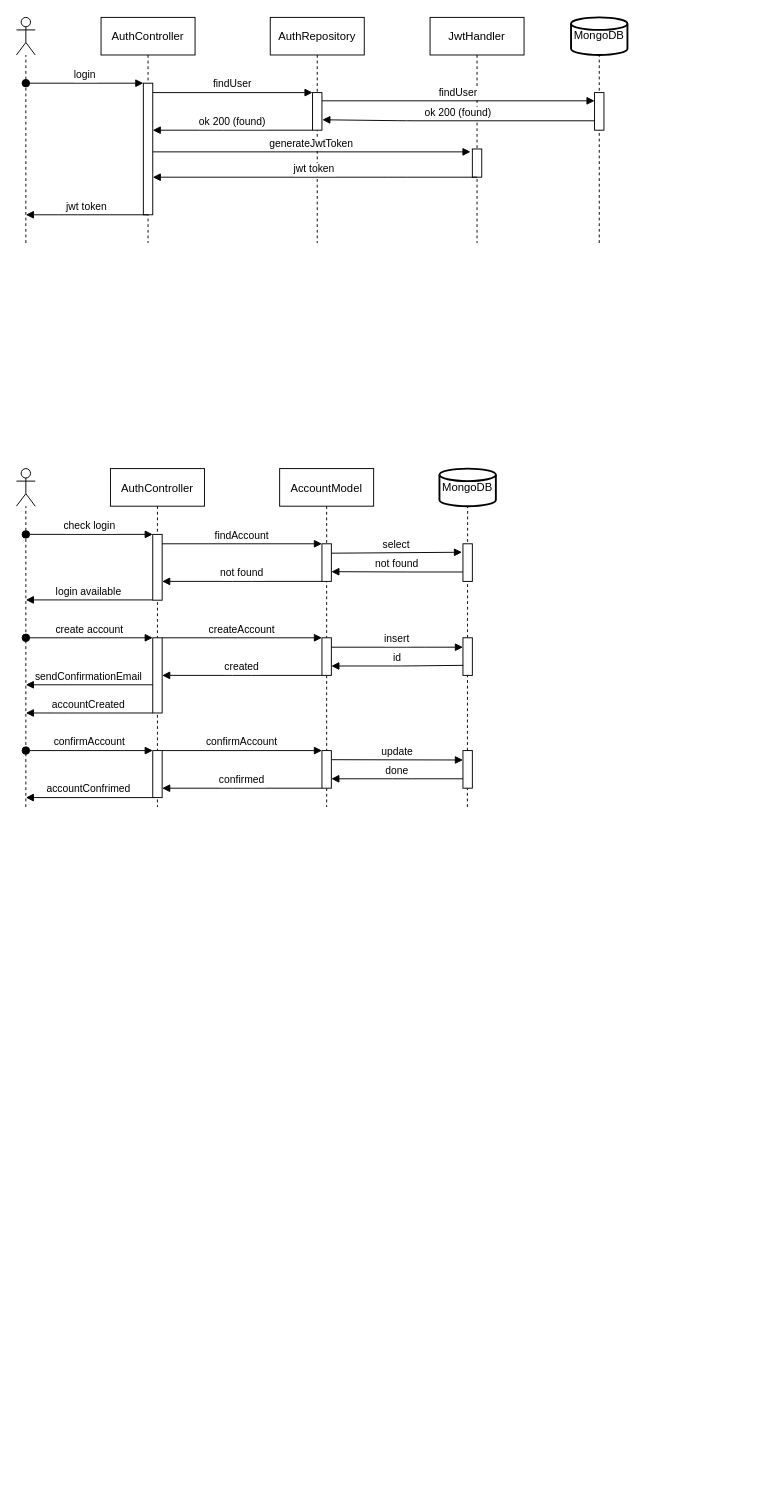
Above: diagrams/auth.drawio in shardoc/shardoc.github.io (draw.io), before the change. Source tidied: cells renumbered, new cells numbered last; positions are measured from the earlier drawing's top-left corner, leaving out a move shared by most shapes. Both pictures are drawn from the tidied source at 94%, with x=0, y=0 at pixel (16, 17).
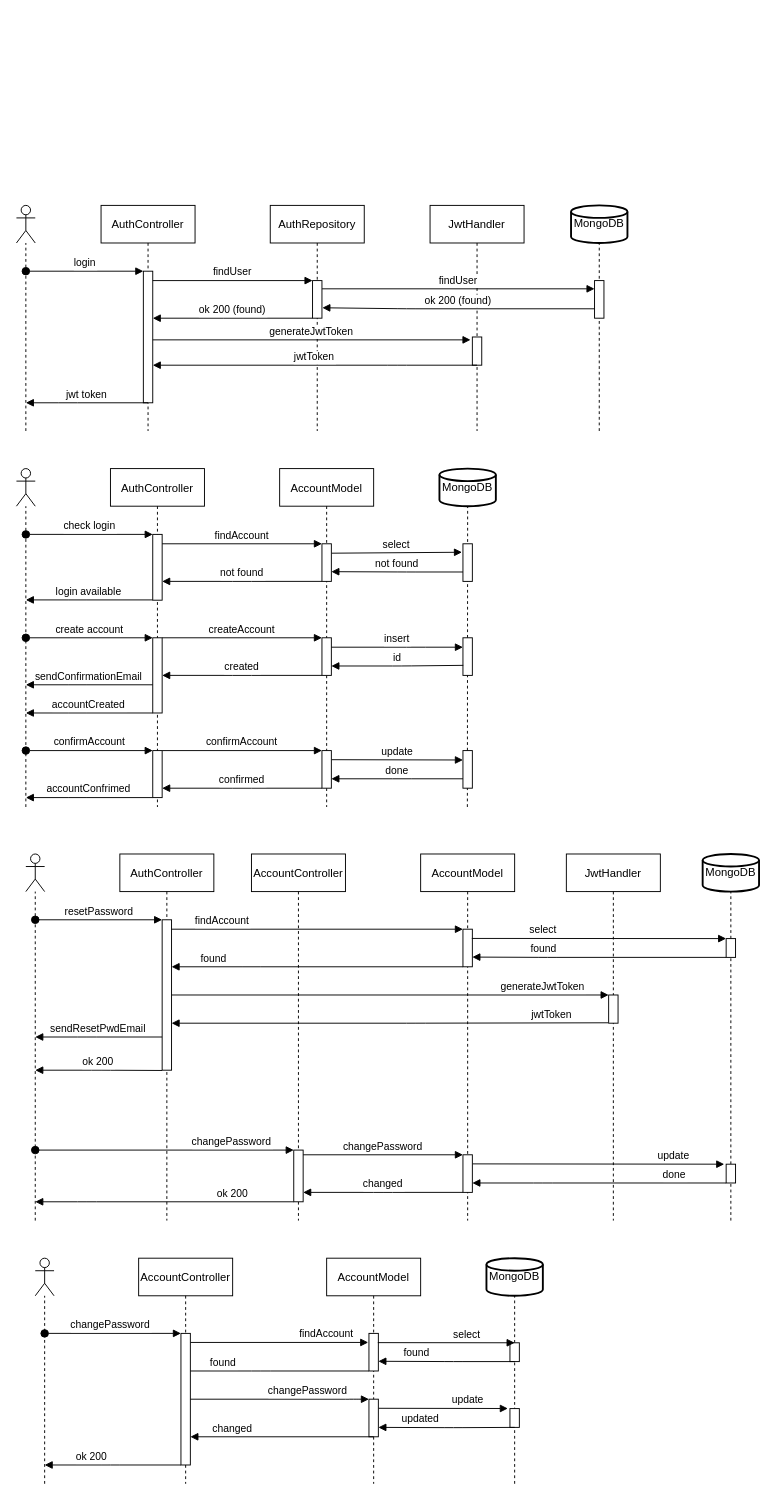
Above is the later version.

The change refers to these unchanged cells:
```xml
<mxCell id="3" style="points=[];perimeter=orthogonalPerimeter;rounded=0;shadow=0;strokeWidth=1;" parent="2" vertex="1">
  <mxGeometry x="45" y="70" width="10" height="140" as="geometry" />
</mxCell>
<mxCell id="6" style="points=[];perimeter=orthogonalPerimeter;rounded=0;shadow=0;strokeWidth=1;" parent="5" vertex="1">
  <mxGeometry x="45" y="80" width="10" height="40" as="geometry" />
</mxCell>
```

Diff of the diagram source:
```diff
@@
     <mxCell id="2" value="AuthController" style="shape=umlLifeline;perimeter=lifelinePerimeter;rounded=0;shadow=0;strokeWidth=1;" parent="1" vertex="1">
-      <mxGeometry x="90" width="100" height="240" as="geometry" />
+      <mxGeometry x="90" y="200" width="100" height="240" as="geometry" />
     </mxCell>
@@
     <mxCell id="5" value="AuthRepository" style="shape=umlLifeline;perimeter=lifelinePerimeter;rounded=0;shadow=0;strokeWidth=1;" parent="1" vertex="1">
-      <mxGeometry x="270" width="100" height="240" as="geometry" />
+      <mxGeometry x="270" y="200" width="100" height="240" as="geometry" />
     </mxCell>
@@
     <mxCell id="8" value="ok 200 (found)" style="verticalAlign=bottom;endArrow=block;shadow=0;strokeWidth=1;" parent="1" edge="1" source="6" target="3">
       <mxGeometry relative="1" as="geometry">
         <Array as="points">
-          <mxPoint x="230" y="120" />
+          <mxPoint x="230" y="320" />
         </Array>
       </mxGeometry>
     </mxCell>
     <mxCell id="9" style="shape=umlActor;verticalLabelPosition=bottom;verticalAlign=top;html=1;outlineConnect=0;" parent="1" vertex="1">
-      <mxGeometry width="20" height="40" as="geometry" />
+      <mxGeometry y="200" width="20" height="40" as="geometry" />
     </mxCell>
     <mxCell id="10" style="endArrow=none;dashed=1;html=1;" parent="1" edge="1" target="9">
       <mxGeometry relative="1" as="geometry">
-        <mxPoint x="10" y="240" as="sourcePoint" />
+        <mxPoint x="10" y="440" as="sourcePoint" />
       </mxGeometry>
     </mxCell>
     <mxCell id="11" value="JwtHandler" style="shape=umlLifeline;perimeter=lifelinePerimeter;rounded=0;shadow=0;strokeWidth=1;" parent="1" vertex="1">
-      <mxGeometry x="440" width="100" height="240" as="geometry" />
+      <mxGeometry x="440" y="200" width="100" height="240" as="geometry" />
     </mxCell>
@@
     <mxCell id="14" value="jwt token" style="verticalAlign=bottom;endArrow=block;shadow=0;strokeWidth=1;" parent="1" edge="1">
       <mxGeometry relative="1" as="geometry">
-        <mxPoint x="140" y="210" as="sourcePoint" />
-        <mxPoint x="10" y="210" as="targetPoint" />
+        <mxPoint x="140" y="410" as="sourcePoint" />
+        <mxPoint x="10" y="410" as="targetPoint" />
         <Array as="points">
-          <mxPoint x="55" y="210" />
+          <mxPoint x="55" y="410" />
         </Array>
       </mxGeometry>
     </mxCell>
-    <mxCell id="15" value="jwt token" style="verticalAlign=bottom;endArrow=block;shadow=0;strokeWidth=1;" parent="1" edge="1" target="3">
+    <mxCell id="15" value="jwtToken" style="verticalAlign=bottom;endArrow=block;shadow=0;strokeWidth=1;" parent="1" edge="1" target="3">
       <mxGeometry relative="1" as="geometry">
-        <mxPoint x="490" y="170" as="sourcePoint" />
+        <mxPoint x="490" y="370" as="sourcePoint" />
         <Array as="points">
-          <mxPoint x="405" y="170" />
+          <mxPoint x="405" y="370" />
         </Array>
       </mxGeometry>
     </mxCell>
@@
     <mxCell id="50" value="MongoDB" style="strokeWidth=2;html=1;shape=mxgraph.flowchart.database;whiteSpace=wrap;" parent="1" vertex="1">
-      <mxGeometry x="590" width="60" height="40" as="geometry" />
+      <mxGeometry x="590" y="200" width="60" height="40" as="geometry" />
     </mxCell>
     <mxCell id="51" style="endArrow=none;dashed=1;html=1;entryX=0.5;entryY=1;entryDx=0;entryDy=0;entryPerimeter=0;" parent="1" edge="1" target="50">
       <mxGeometry relative="1" as="geometry">
-        <mxPoint x="620" y="240" as="sourcePoint" />
+        <mxPoint x="620" y="440" as="sourcePoint" />
       </mxGeometry>
     </mxCell>
     <mxCell id="52" style="points=[];perimeter=orthogonalPerimeter;rounded=0;shadow=0;strokeWidth=1;" parent="1" vertex="1">
-      <mxGeometry x="615" y="80" width="10" height="40" as="geometry" />
+      <mxGeometry x="615" y="280" width="10" height="40" as="geometry" />
     </mxCell>
@@
     <mxCell id="54" value="ok 200 (found)" style="verticalAlign=bottom;endArrow=block;shadow=0;strokeWidth=1;entryX=1.041;entryY=0.723;entryDx=0;entryDy=0;entryPerimeter=0;" parent="1" edge="1" source="52" target="6">
       <mxGeometry relative="1" as="geometry">
         <Array as="points">
-          <mxPoint x="415" y="110" />
+          <mxPoint x="415" y="310" />
         </Array>
       </mxGeometry>
     </mxCell>
+    <mxCell id="55" value="AuthController" style="shape=umlLifeline;perimeter=lifelinePerimeter;rounded=0;shadow=0;strokeWidth=1;" parent="1" vertex="1">
+      <mxGeometry x="110" y="890" width="100" height="390" as="geometry" />
+    </mxCell>
+    <mxCell id="56" style="points=[];perimeter=orthogonalPerimeter;rounded=0;shadow=0;strokeWidth=1;" parent="55" vertex="1">
+      <mxGeometry x="45" y="70" width="10" height="160" as="geometry" />
+    </mxCell>
+    <mxCell id="57" value="resetPassword" style="verticalAlign=bottom;startArrow=oval;endArrow=block;startSize=8;shadow=0;strokeWidth=1;" parent="55" edge="1" target="56">
+      <mxGeometry relative="1" as="geometry">
+        <mxPoint x="-90" y="70" as="sourcePoint" />
+      </mxGeometry>
+    </mxCell>
+    <mxCell id="58" value="AccountModel" style="shape=umlLifeline;perimeter=lifelinePerimeter;rounded=0;shadow=0;strokeWidth=1;" parent="1" vertex="1">
+      <mxGeometry x="430" y="890" width="100" height="390" as="geometry" />
+    </mxCell>
+    <mxCell id="59" style="points=[];perimeter=orthogonalPerimeter;rounded=0;shadow=0;strokeWidth=1;" parent="58" vertex="1">
+      <mxGeometry x="45" y="80" width="10" height="40" as="geometry" />
+    </mxCell>
+    <mxCell id="60" style="points=[];perimeter=orthogonalPerimeter;rounded=0;shadow=0;strokeWidth=1;" parent="58" vertex="1">
+      <mxGeometry x="45" y="320" width="10" height="40" as="geometry" />
+    </mxCell>
+    <mxCell id="61" value="findAccount" style="verticalAlign=bottom;endArrow=block;entryX=0;entryY=0;shadow=0;strokeWidth=1;" parent="1" edge="1" source="56" target="59">
+      <mxGeometry x="-0.65" relative="1" as="geometry" />
+    </mxCell>
+    <mxCell id="62" value="found" style="verticalAlign=bottom;endArrow=block;shadow=0;strokeWidth=1;" parent="1" edge="1" source="59" target="56">
+      <mxGeometry x="0.71" relative="1" as="geometry">
+        <Array as="points">
+          <mxPoint x="250" y="1010" />
+        </Array>
+      </mxGeometry>
+    </mxCell>
+    <mxCell id="63" style="shape=umlActor;verticalLabelPosition=bottom;verticalAlign=top;html=1;outlineConnect=0;" parent="1" vertex="1">
+      <mxGeometry x="10" y="890" width="20" height="40" as="geometry" />
+    </mxCell>
+    <mxCell id="64" style="endArrow=none;dashed=1;html=1;" parent="1" edge="1" target="63">
+      <mxGeometry relative="1" as="geometry">
+        <mxPoint x="20" y="1280" as="sourcePoint" />
+      </mxGeometry>
+    </mxCell>
+    <mxCell id="65" value="ok 200" style="verticalAlign=bottom;endArrow=block;shadow=0;strokeWidth=1;" parent="1" edge="1">
+      <mxGeometry relative="1" as="geometry">
+        <mxPoint x="155" y="1120.3" as="sourcePoint" />
+        <mxPoint x="20" y="1120" as="targetPoint" />
+        <Array as="points">
+          <mxPoint x="90" y="1120" />
+        </Array>
+      </mxGeometry>
+    </mxCell>
+    <mxCell id="66" value="changePassword" style="verticalAlign=bottom;startArrow=oval;endArrow=block;startSize=8;shadow=0;strokeWidth=1;" parent="1" edge="1">
+      <mxGeometry x="0.52" relative="1" as="geometry">
+        <mxPoint x="20" y="1205" as="sourcePoint" />
+        <mxPoint x="295" y="1205" as="targetPoint" />
+      </mxGeometry>
+    </mxCell>
+    <mxCell id="67" value="ok 200" style="verticalAlign=bottom;endArrow=block;shadow=0;strokeWidth=1;" parent="1" edge="1" source="82">
+      <mxGeometry x="-0.53" relative="1" as="geometry">
+        <mxPoint x="20" y="1260" as="targetPoint" />
+        <Array as="points">
+          <mxPoint x="75" y="1260" />
+        </Array>
+      </mxGeometry>
+    </mxCell>
+    <mxCell id="68" value="MongoDB" style="strokeWidth=2;html=1;shape=mxgraph.flowchart.database;whiteSpace=wrap;" parent="1" vertex="1">
+      <mxGeometry x="730" y="890" width="60" height="40" as="geometry" />
+    </mxCell>
+    <mxCell id="69" style="endArrow=none;dashed=1;html=1;entryX=0.5;entryY=1;entryDx=0;entryDy=0;entryPerimeter=0;" parent="1" edge="1" target="68">
+      <mxGeometry relative="1" as="geometry">
+        <mxPoint x="760" y="1280" as="sourcePoint" />
+      </mxGeometry>
+    </mxCell>
+    <mxCell id="70" style="perimeter=orthogonalPerimeter;rounded=0;shadow=0;strokeWidth=1;" parent="1" vertex="1">
+      <mxGeometry x="755" y="980" width="10" height="20" as="geometry" />
+    </mxCell>
+    <mxCell id="71" value="select" style="verticalAlign=bottom;endArrow=block;shadow=0;strokeWidth=1;exitX=0.943;exitY=0.246;exitDx=0;exitDy=0;exitPerimeter=0;" parent="1" edge="1" source="59">
+      <mxGeometry x="-0.44" relative="1" as="geometry">
+        <mxPoint x="755" y="980" as="targetPoint" />
+      </mxGeometry>
+    </mxCell>
+    <mxCell id="72" value="found" style="verticalAlign=bottom;endArrow=block;shadow=0;strokeWidth=1;entryX=1;entryY=0.742;entryDx=0;entryDy=0;entryPerimeter=0;" parent="1" edge="1" target="59">
+      <mxGeometry x="0.44" relative="1" as="geometry">
+        <mxPoint x="755" y="1000" as="sourcePoint" />
+        <Array as="points">
+          <mxPoint x="565" y="1000" />
+        </Array>
+      </mxGeometry>
+    </mxCell>
+    <mxCell id="73" style="points=[];perimeter=orthogonalPerimeter;rounded=0;shadow=0;strokeWidth=1;" parent="1" vertex="1">
+      <mxGeometry x="755" y="1220" width="10" height="20" as="geometry" />
+    </mxCell>
+    <mxCell id="74" value="update" style="verticalAlign=bottom;endArrow=block;shadow=0;strokeWidth=1;exitX=1.033;exitY=0.242;exitDx=0;exitDy=0;exitPerimeter=0;" parent="1" edge="1" source="60">
+      <mxGeometry x="0.6" relative="1" as="geometry">
+        <mxPoint x="753" y="1220" as="targetPoint" />
+      </mxGeometry>
+    </mxCell>
+    <mxCell id="75" value="done" style="verticalAlign=bottom;endArrow=block;shadow=0;strokeWidth=1;" parent="1" edge="1" source="73">
+      <mxGeometry x="-0.59" relative="1" as="geometry">
+        <mxPoint x="485" y="1240" as="targetPoint" />
+        <Array as="points">
+          <mxPoint x="560" y="1240" />
+        </Array>
+      </mxGeometry>
+    </mxCell>
+    <mxCell id="76" value="JwtHandler" style="shape=umlLifeline;perimeter=lifelinePerimeter;rounded=0;shadow=0;strokeWidth=1;" parent="1" vertex="1">
+      <mxGeometry x="585" y="890" width="100" height="390" as="geometry" />
+    </mxCell>
+    <mxCell id="77" style="points=[];perimeter=orthogonalPerimeter;rounded=0;shadow=0;strokeWidth=1;" parent="1" vertex="1">
+      <mxGeometry x="630" y="1040" width="10" height="30" as="geometry" />
+    </mxCell>
+    <mxCell id="78" value="jwtToken" style="verticalAlign=bottom;endArrow=block;shadow=0;strokeWidth=1;exitX=-0.043;exitY=0.986;exitDx=0;exitDy=0;exitPerimeter=0;" parent="1" edge="1" source="77">
+      <mxGeometry x="-0.74" relative="1" as="geometry">
+        <mxPoint x="165" y="1070" as="targetPoint" />
+        <Array as="points">
+          <mxPoint x="425" y="1070" />
+        </Array>
+      </mxGeometry>
+    </mxCell>
+    <mxCell id="79" value="generateJwtToken" style="verticalAlign=bottom;endArrow=block;shadow=0;strokeWidth=1;" parent="1" edge="1" source="56">
+      <mxGeometry x="0.7" relative="1" as="geometry">
+        <mxPoint x="630" y="1040" as="targetPoint" />
+      </mxGeometry>
+    </mxCell>
+    <mxCell id="80" value="sendResetPwdEmail" style="verticalAlign=bottom;endArrow=block;shadow=0;strokeWidth=1;" parent="1" edge="1">
+      <mxGeometry relative="1" as="geometry">
+        <mxPoint x="155" y="1084.7" as="sourcePoint" />
+        <mxPoint x="20" y="1084.7" as="targetPoint" />
+        <Array as="points">
+          <mxPoint x="75" y="1084.7" />
+        </Array>
+      </mxGeometry>
+    </mxCell>
+    <mxCell id="81" value="AccountController" style="shape=umlLifeline;perimeter=lifelinePerimeter;rounded=0;shadow=0;strokeWidth=1;" parent="1" vertex="1">
+      <mxGeometry x="250" y="890" width="100" height="390" as="geometry" />
+    </mxCell>
+    <mxCell id="82" style="points=[];perimeter=orthogonalPerimeter;rounded=0;shadow=0;strokeWidth=1;" parent="1" vertex="1">
+      <mxGeometry x="295" y="1205" width="10" height="55" as="geometry" />
+    </mxCell>
+    <mxCell id="83" value="changePassword" style="verticalAlign=bottom;endArrow=block;shadow=0;strokeWidth=1;" parent="1" edge="1" source="82">
+      <mxGeometry relative="1" as="geometry">
+        <mxPoint x="475" y="1210" as="targetPoint" />
+      </mxGeometry>
+    </mxCell>
+    <mxCell id="84" value="changed" style="verticalAlign=bottom;endArrow=block;shadow=0;strokeWidth=1;" parent="1" edge="1">
+      <mxGeometry relative="1" as="geometry">
+        <mxPoint x="475" y="1250" as="sourcePoint" />
+        <mxPoint x="305" y="1250" as="targetPoint" />
+        <Array as="points">
+          <mxPoint x="390" y="1250" />
+        </Array>
+      </mxGeometry>
+    </mxCell>
+    <mxCell id="85" value="AccountModel" style="shape=umlLifeline;perimeter=lifelinePerimeter;rounded=0;shadow=0;strokeWidth=1;" parent="1" vertex="1">
+      <mxGeometry x="330" y="1320" width="100" height="240" as="geometry" />
+    </mxCell>
+    <mxCell id="86" style="points=[];perimeter=orthogonalPerimeter;rounded=0;shadow=0;strokeWidth=1;" parent="85" vertex="1">
+      <mxGeometry x="45" y="80" width="10" height="40" as="geometry" />
+    </mxCell>
+    <mxCell id="87" style="points=[];perimeter=orthogonalPerimeter;rounded=0;shadow=0;strokeWidth=1;" parent="85" vertex="1">
+      <mxGeometry x="45" y="150" width="10" height="40" as="geometry" />
+    </mxCell>
+    <mxCell id="88" value="findAccount" style="verticalAlign=bottom;endArrow=block;shadow=0;strokeWidth=1;entryX=-0.074;entryY=0.241;entryDx=0;entryDy=0;entryPerimeter=0;" parent="1" edge="1" source="102" target="86">
+      <mxGeometry x="0.53" relative="1" as="geometry" />
+    </mxCell>
+    <mxCell id="89" value="found" style="verticalAlign=bottom;endArrow=block;shadow=0;strokeWidth=1;" parent="1" edge="1" source="86">
+      <mxGeometry x="0.55" relative="1" as="geometry">
+        <mxPoint x="175" y="1440" as="targetPoint" />
+        <Array as="points">
+          <mxPoint x="260" y="1440" />
+        </Array>
+      </mxGeometry>
+    </mxCell>
+    <mxCell id="90" style="shape=umlActor;verticalLabelPosition=bottom;verticalAlign=top;html=1;outlineConnect=0;" parent="1" vertex="1">
+      <mxGeometry x="20" y="1320" width="20" height="40" as="geometry" />
+    </mxCell>
+    <mxCell id="91" style="endArrow=none;dashed=1;html=1;" parent="1" edge="1" target="90">
+      <mxGeometry relative="1" as="geometry">
+        <mxPoint x="30" y="1560" as="sourcePoint" />
+      </mxGeometry>
+    </mxCell>
+    <mxCell id="92" value="changePassword" style="verticalAlign=bottom;startArrow=oval;endArrow=block;startSize=8;shadow=0;strokeWidth=1;" parent="1" edge="1">
+      <mxGeometry x="-0.03" relative="1" as="geometry">
+        <mxPoint x="30" y="1400" as="sourcePoint" />
+        <mxPoint x="175" y="1400" as="targetPoint" />
+      </mxGeometry>
+    </mxCell>
+    <mxCell id="93" value="ok 200" style="verticalAlign=bottom;endArrow=block;shadow=0;strokeWidth=1;" parent="1" edge="1">
+      <mxGeometry x="0.31" relative="1" as="geometry">
+        <mxPoint x="175" y="1540" as="sourcePoint" />
+        <mxPoint x="30" y="1540" as="targetPoint" />
+        <Array as="points">
+          <mxPoint x="100" y="1540" />
+        </Array>
+      </mxGeometry>
+    </mxCell>
+    <mxCell id="94" value="MongoDB" style="strokeWidth=2;html=1;shape=mxgraph.flowchart.database;whiteSpace=wrap;" parent="1" vertex="1">
+      <mxGeometry x="500" y="1320" width="60" height="40" as="geometry" />
+    </mxCell>
+    <mxCell id="95" style="endArrow=none;dashed=1;html=1;entryX=0.5;entryY=1;entryDx=0;entryDy=0;entryPerimeter=0;" parent="1" edge="1" target="94">
+      <mxGeometry relative="1" as="geometry">
+        <mxPoint x="530" y="1560" as="sourcePoint" />
+      </mxGeometry>
+    </mxCell>
+    <mxCell id="96" style="perimeter=orthogonalPerimeter;rounded=0;shadow=0;strokeWidth=1;" parent="1" vertex="1">
+      <mxGeometry x="525" y="1410" width="10" height="20" as="geometry" />
+    </mxCell>
+    <mxCell id="97" value="select" style="verticalAlign=bottom;endArrow=block;shadow=0;strokeWidth=1;exitX=0.943;exitY=0.246;exitDx=0;exitDy=0;exitPerimeter=0;" parent="1" edge="1" source="86">
+      <mxGeometry x="0.31" relative="1" as="geometry">
+        <mxPoint x="530" y="1410" as="targetPoint" />
+      </mxGeometry>
+    </mxCell>
+    <mxCell id="98" value="found" style="verticalAlign=bottom;endArrow=block;shadow=0;strokeWidth=1;entryX=1;entryY=0.742;entryDx=0;entryDy=0;entryPerimeter=0;" parent="1" edge="1" target="86">
+      <mxGeometry x="0.44" relative="1" as="geometry">
+        <mxPoint x="530" y="1430" as="sourcePoint" />
+        <Array as="points">
+          <mxPoint x="465" y="1430" />
+        </Array>
+      </mxGeometry>
+    </mxCell>
+    <mxCell id="99" style="points=[];perimeter=orthogonalPerimeter;rounded=0;shadow=0;strokeWidth=1;" parent="1" vertex="1">
+      <mxGeometry x="525" y="1480" width="10" height="20" as="geometry" />
+    </mxCell>
+    <mxCell id="100" value="update" style="verticalAlign=bottom;endArrow=block;shadow=0;strokeWidth=1;exitX=1.033;exitY=0.242;exitDx=0;exitDy=0;exitPerimeter=0;entryX=-0.221;entryY=-0.005;entryDx=0;entryDy=0;entryPerimeter=0;" parent="1" edge="1" source="87" target="99">
+      <mxGeometry x="0.38" relative="1" as="geometry" />
+    </mxCell>
+    <mxCell id="101" value="AccountController" style="shape=umlLifeline;perimeter=lifelinePerimeter;rounded=0;shadow=0;strokeWidth=1;" parent="1" vertex="1">
+      <mxGeometry x="130" y="1320" width="100" height="240" as="geometry" />
+    </mxCell>
+    <mxCell id="102" style="points=[];perimeter=orthogonalPerimeter;rounded=0;shadow=0;strokeWidth=1;" parent="1" vertex="1">
+      <mxGeometry x="175" y="1400" width="10" height="140" as="geometry" />
+    </mxCell>
+    <mxCell id="103" value="changePassword" style="verticalAlign=bottom;endArrow=block;shadow=0;strokeWidth=1;" parent="1" edge="1" source="102" target="87">
+      <mxGeometry x="0.32" relative="1" as="geometry">
+        <Array as="points">
+          <mxPoint x="360" y="1470" />
+        </Array>
+      </mxGeometry>
+    </mxCell>
+    <mxCell id="104" value="changed" style="verticalAlign=bottom;endArrow=block;shadow=0;strokeWidth=1;" parent="1" edge="1" target="102">
+      <mxGeometry x="0.54" relative="1" as="geometry">
+        <mxPoint x="380" y="1510" as="sourcePoint" />
+      </mxGeometry>
+    </mxCell>
+    <mxCell id="105" value="updated" style="verticalAlign=bottom;endArrow=block;shadow=0;strokeWidth=1;entryX=1;entryY=0.742;entryDx=0;entryDy=0;entryPerimeter=0;" parent="1" edge="1">
+      <mxGeometry x="0.38" relative="1" as="geometry">
+        <mxPoint x="530" y="1500" as="sourcePoint" />
+        <mxPoint x="385" y="1500" as="targetPoint" />
+        <Array as="points">
+          <mxPoint x="465" y="1500.3" />
+        </Array>
+      </mxGeometry>
+    </mxCell>
```
